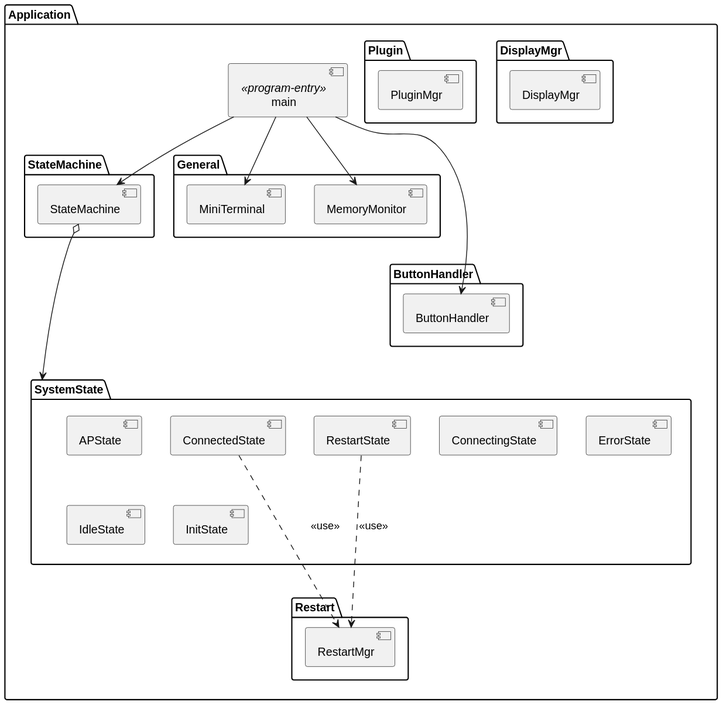
BlueAndi/Pixelix keeps this PlantUML diagram as doc/architecture/svg/app_layer.svg. Above is the earlier version. Its diagram source:
```plantuml
@startuml
package "Application" as app {

    component "main" as main <<program-entry>>

    package "StateMachine" as stateMachinePckg {
        component "StateMachine" as stateMachine
    }

    package "General" as generalPckg {
        component "MiniTerminal" as miniTerminal
        component "MemoryMonitor" as memoryMonitor
    }

    package "ButtonHandler" as buttonHandlerPckg {
        component "ButtonHandler" as buttonHandler
    }

    package "DisplayMgr" as displayMgrPckg {
        component "DisplayMgr" as displayMgr
    }

    package "Plugin" as pluginPckg {
        component "PluginMgr" as pluginMgr
    }

    package "SystemState" as systemStatePckg {
        component "APState" as apState
        component "ConnectedState" as connectedState
        component "ConnectingState" as connectingState
        component "ErrorState" as errorState
        component "IdleState" as idleState
        component "InitState" as initState
        component "RestartState" as restartState
    }

    package "Restart" as restartPckg {
        component "RestartMgr" as restartMgr
    }

    main --> stateMachine
    main --> miniTerminal
    main ---> buttonHandler
    main --> memoryMonitor
    stateMachine o---> systemStatePckg

    connectedState ...> restartMgr: <<use>>
    restartState ...> restartMgr: <<use>>
}
@enduml
```
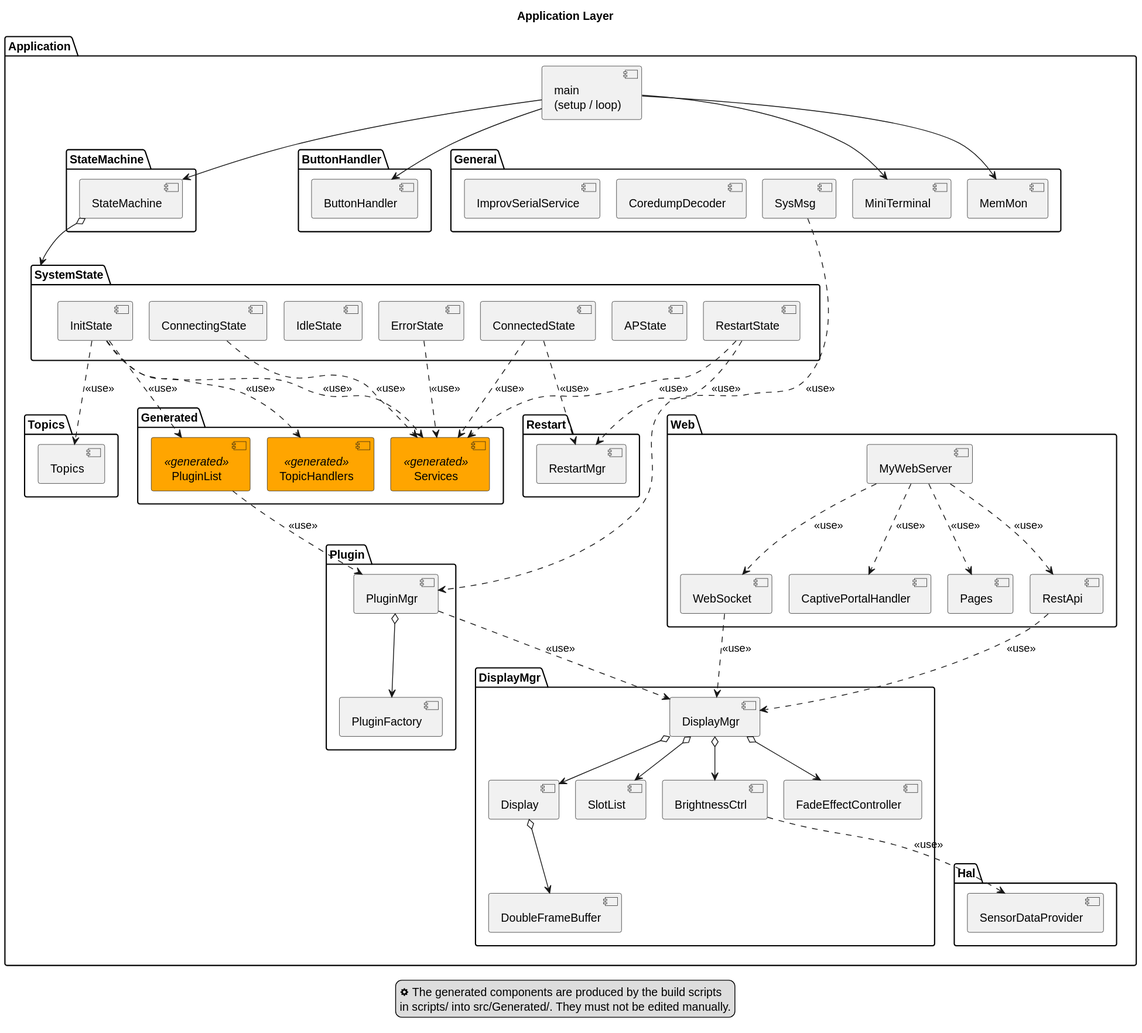
Above is the later version.

Change to the diagram source:
```diff
@@ -1,50 +1,131 @@
 @startuml
-package "Application" as app {
+title Application Layer
 
-    component "main" as main <<program-entry>>
+skinparam nodesep 20
+skinparam ranksep 40
+
+<style>
+component {
+    .generated {
+        BackGroundColor Orange
+    }
+}
+</style>
+
+package "Application" as appPckg {
+
+    component "main\n(setup / loop)" as main
+
+    package "Generated" as generatedPckg {
+        component "Services" <<generated>> as services
+        component "PluginList" <<generated>> as pluginList
+        component "TopicHandlers" <<generated>> as topicHandlers
+    }
 
     package "StateMachine" as stateMachinePckg {
         component "StateMachine" as stateMachine
     }
 
-    package "General" as generalPckg {
-        component "MiniTerminal" as miniTerminal
-        component "MemoryMonitor" as memoryMonitor
+    package "SystemState" as systemStatePckg {
+        component "InitState" as initState
+        component "APState" as apState
+        component "ConnectingState" as connectingState
+        component "ConnectedState" as connectedState
+        component "IdleState" as idleState
+        component "ErrorState" as errorState
+        component "RestartState" as restartState
+    }
+
+    package "DisplayMgr" as displayMgrPckg {
+        component "DisplayMgr" as displayMgr
+        component "Display" as display
+        component "SlotList" as slotList
+        component "BrightnessCtrl" as brightnessCtrl
+        component "FadeEffectController" as fadeEffectCtrl
+        component "DoubleFrameBuffer" as doubleFrameBuffer
+    }
+
+    package "Plugin" as pluginPckg {
+        component "PluginMgr" as pluginMgr
+        component "PluginFactory" as pluginFactory
+    }
+
+    package "Topics" as topicsPckg {
+        component "Topics" as topics
+    }
+
+    package "Web" as webPckg {
+        component "MyWebServer" as myWebServer
+        component "Pages" as pages
+        component "RestApi" as restApi
+        component "WebSocket" as webSocket
+        component "CaptivePortalHandler" as captivePortalHandler
     }
 
     package "ButtonHandler" as buttonHandlerPckg {
         component "ButtonHandler" as buttonHandler
     }
 
-    package "DisplayMgr" as displayMgrPckg {
-        component "DisplayMgr" as displayMgr
-    }
-
-    package "Plugin" as pluginPckg {
-        component "PluginMgr" as pluginMgr
-    }
-
-    package "SystemState" as systemStatePckg {
-        component "APState" as apState
-        component "ConnectedState" as connectedState
-        component "ConnectingState" as connectingState
-        component "ErrorState" as errorState
-        component "IdleState" as idleState
-        component "InitState" as initState
-        component "RestartState" as restartState
+    package "Hal" as halAdapterPckg {
+        component "SensorDataProvider" as sensorDataProvider
     }
 
     package "Restart" as restartPckg {
         component "RestartMgr" as restartMgr
     }
 
-    main --> stateMachine
-    main --> miniTerminal
-    main ---> buttonHandler
-    main --> memoryMonitor
-    stateMachine o---> systemStatePckg
+    package "General" as generalPckg {
+        component "MiniTerminal" as miniTerminal
+        component "MemMon" as memMon
+        component "SysMsg" as sysMsg
+        component "CoredumpDecoder" as coredumpDecoder
+        component "ImprovSerialService" as improvSerial
+    }
+}
 
-    connectedState ...> restartMgr: <<use>>
-    restartState ...> restartMgr: <<use>>
-}
+main --> stateMachine
+main --> buttonHandler
+main --> miniTerminal
+main --> memMon
+
+stateMachine o--> systemStatePckg
+
+initState ..> services: <<use>>
+initState ..> topicHandlers: <<use>>
+initState ..> pluginList: <<use>>
+initState ..> topics: <<use>>
+
+connectingState ..> services: <<use>>
+connectedState ..> services: <<use>>
+errorState ..> services: <<use>>
+restartState ..> services: <<use>>
+
+connectedState ..> restartMgr: <<use>>
+restartState ..> restartMgr: <<use>>
+
+pluginList ..> pluginMgr: <<use>>
+pluginMgr o--> pluginFactory
+pluginMgr ..> displayMgr: <<use>>
+
+displayMgr o--> slotList
+displayMgr o--> display
+displayMgr o--> brightnessCtrl
+displayMgr o--> fadeEffectCtrl
+display o--> doubleFrameBuffer
+
+myWebServer ..> pages: <<use>>
+myWebServer ..> restApi: <<use>>
+myWebServer ..> webSocket: <<use>>
+myWebServer ..> captivePortalHandler: <<use>>
+
+restApi ..> displayMgr: <<use>>
+webSocket ..> displayMgr: <<use>>
+
+brightnessCtrl ..> sensorDataProvider: <<use>>
+sysMsg ..> pluginMgr: <<use>>
+
+legend bottom
+    <&cog> The generated components are produced by the build scripts
+    in scripts/ into src/Generated/. They must not be edited manually.
+endlegend
 @enduml
```
